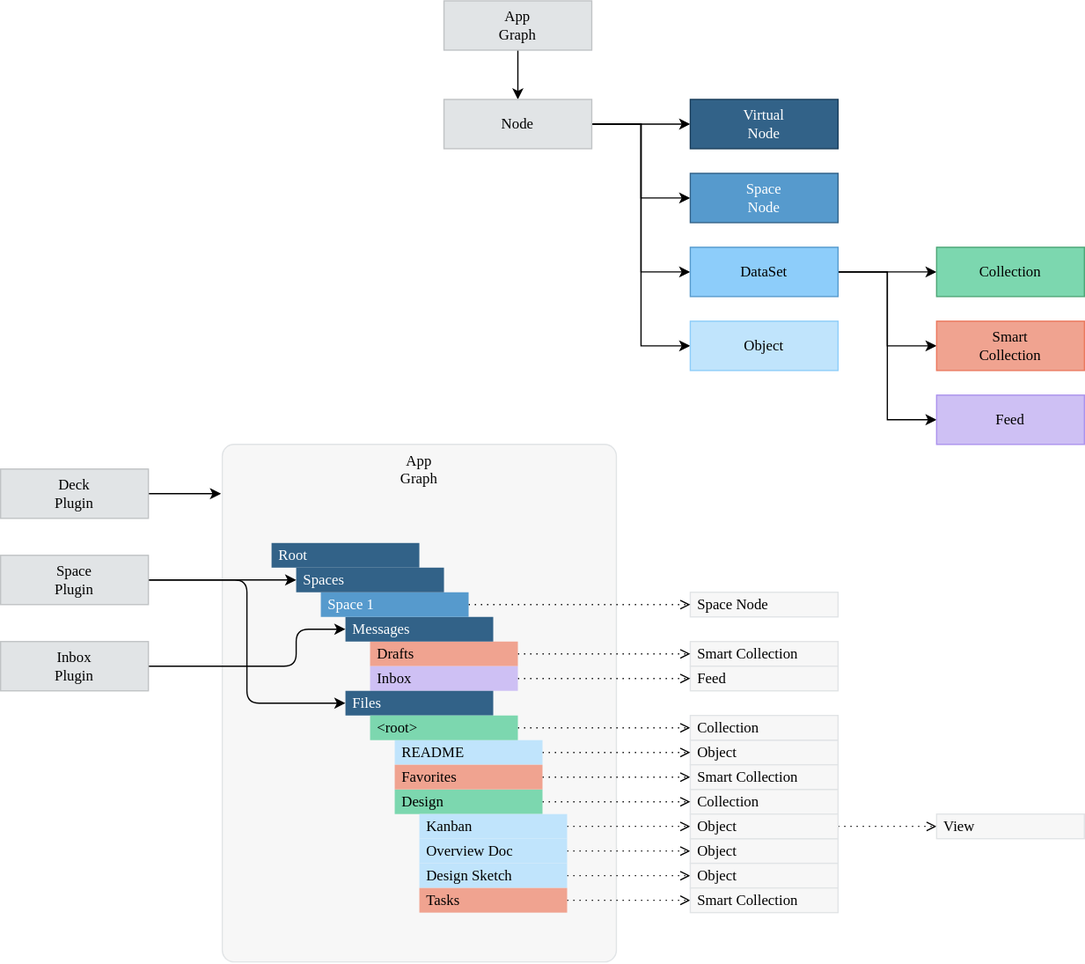
This is packages/sdk/app-framework/docs/app-graph.drawio.svg from dxos/dxos, a draw.io export, as it was before one commit. Source tidied: cells renumbered, new cells last; positions are measured from the earlier drawing's top-left corner, leaving out a move shared by most shapes.
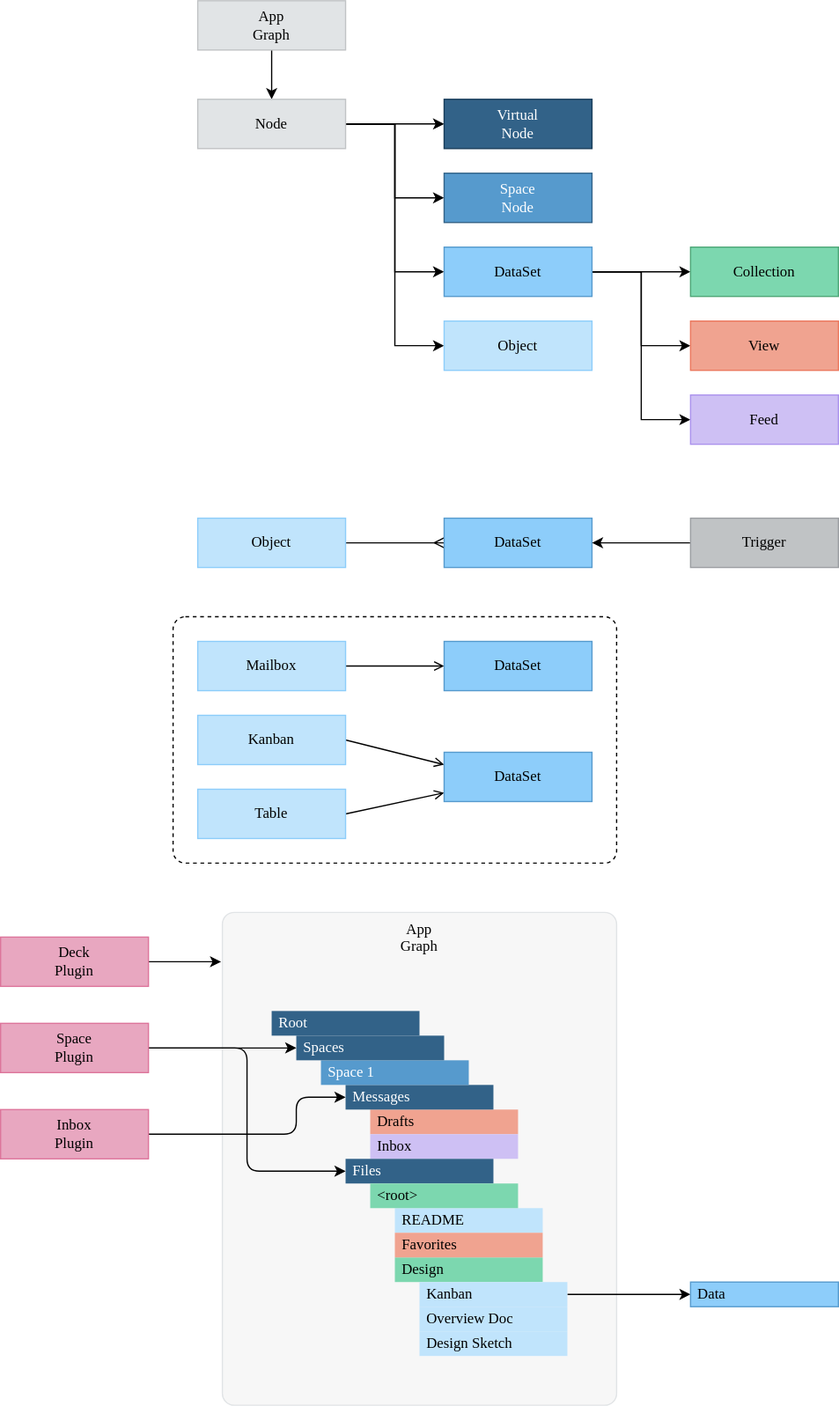
The same diagram one commit later.

The edit, as a diff of the source:
```diff
@@ -5,3 +5,3 @@
     <mxCell id="2" value="App&lt;br&gt;Graph" style="rounded=1;whiteSpace=wrap;html=1;fillColor=#F7F7F7;fontColor=#000000;strokeColor=#E1E4E6;fontFamily=Space Grotesk;arcSize=3;verticalAlign=top;" parent="1" vertex="1">
-      <mxGeometry x="180" y="360" width="320" height="420" as="geometry" />
+      <mxGeometry x="180" y="360" width="320" height="400" as="geometry" />
     </mxCell>
@@ -11,3 +11,3 @@
     <mxCell id="4" value="App&lt;br&gt;Graph" style="rounded=0;whiteSpace=wrap;html=1;fillColor=#E1E4E6;fontColor=#000000;strokeColor=#C0C3C5;fontFamily=Space Grotesk;" parent="1" vertex="1">
-      <mxGeometry x="360" width="120" height="40" as="geometry" />
+      <mxGeometry x="160" y="-380" width="120" height="40" as="geometry" />
     </mxCell>
@@ -19,4 +19,4 @@
         <Array as="points">
-          <mxPoint x="520" y="100" />
-          <mxPoint x="520" y="220" />
+          <mxPoint x="320" y="-280" />
+          <mxPoint x="320" y="-160" />
         </Array>
@@ -27,4 +27,4 @@
         <Array as="points">
-          <mxPoint x="520" y="100" />
-          <mxPoint x="520" y="160" />
+          <mxPoint x="320" y="-280" />
+          <mxPoint x="320" y="-220" />
         </Array>
@@ -35,4 +35,4 @@
         <Array as="points">
-          <mxPoint x="520" y="100" />
-          <mxPoint x="520" y="280" />
+          <mxPoint x="320" y="-280" />
+          <mxPoint x="320" y="-100" />
         </Array>
@@ -41,6 +41,6 @@
     <mxCell id="9" value="Node" style="rounded=0;whiteSpace=wrap;html=1;fillColor=#E1E4E6;fontColor=#000000;strokeColor=#C0C3C5;fontFamily=Space Grotesk;" parent="1" vertex="1">
-      <mxGeometry x="360" y="80" width="120" height="40" as="geometry" />
+      <mxGeometry x="160" y="-300" width="120" height="40" as="geometry" />
     </mxCell>
     <mxCell id="10" value="Virtual&lt;br&gt;Node" style="rounded=0;whiteSpace=wrap;html=1;fillColor=#326288;fontColor=#FFFFFF;strokeColor=#193D5A;fontFamily=Space Grotesk;" parent="1" vertex="1">
-      <mxGeometry x="560" y="80" width="120" height="40" as="geometry" />
+      <mxGeometry x="360" y="-300" width="120" height="40" as="geometry" />
     </mxCell>
@@ -52,4 +52,4 @@
         <Array as="points">
-          <mxPoint x="720" y="220" />
-          <mxPoint x="720" y="340" />
+          <mxPoint x="520" y="-160" />
+          <mxPoint x="520" y="-40" />
         </Array>
@@ -60,4 +60,4 @@
         <Array as="points">
-          <mxPoint x="720" y="220" />
-          <mxPoint x="720" y="280" />
+          <mxPoint x="520" y="-160" />
+          <mxPoint x="520" y="-100" />
         </Array>
@@ -66,22 +66,19 @@
     <mxCell id="14" value="DataSet" style="rounded=0;whiteSpace=wrap;html=1;fillColor=#8DCDFA;fontColor=#000000;strokeColor=#569ACD;fontFamily=Space Grotesk;" parent="1" vertex="1">
-      <mxGeometry x="560" y="200" width="120" height="40" as="geometry" />
+      <mxGeometry x="360" y="-180" width="120" height="40" as="geometry" />
     </mxCell>
     <mxCell id="15" value="Collection" style="rounded=0;whiteSpace=wrap;html=1;fillColor=#7CD7AF;fontColor=#000000;strokeColor=#4DA677;fontFamily=Space Grotesk;" parent="1" vertex="1">
-      <mxGeometry x="760" y="200" width="120" height="40" as="geometry" />
+      <mxGeometry x="560" y="-180" width="120" height="40" as="geometry" />
     </mxCell>
-    <mxCell id="16" value="Smart&lt;br style=&quot;border-color: rgb(218, 220, 224);&quot;&gt;Collection" style="rounded=0;whiteSpace=wrap;html=1;fillColor=#F0A390;fontColor=#000000;strokeColor=#EB785E;fontFamily=Space Grotesk;" parent="1" vertex="1">
-      <mxGeometry x="760" y="260" width="120" height="40" as="geometry" />
+    <mxCell id="16" value="View" style="rounded=0;whiteSpace=wrap;html=1;fillColor=#F0A390;fontColor=#000000;strokeColor=#EB785E;fontFamily=Space Grotesk;" parent="1" vertex="1">
+      <mxGeometry x="560" y="-120" width="120" height="40" as="geometry" />
     </mxCell>
     <mxCell id="17" value="Space&lt;br&gt;Node" style="rounded=0;whiteSpace=wrap;html=1;fillColor=#569ACD;fontColor=#FFFFFF;strokeColor=#326288;fontFamily=Space Grotesk;" parent="1" vertex="1">
-      <mxGeometry x="560" y="140" width="120" height="40" as="geometry" />
+      <mxGeometry x="360" y="-240" width="120" height="40" as="geometry" />
     </mxCell>
     <mxCell id="18" value="Feed" style="rounded=0;whiteSpace=wrap;html=1;fillColor=#CEC0F4;fontColor=#000000;strokeColor=#AB92ED;fontFamily=Space Grotesk;" parent="1" vertex="1">
-      <mxGeometry x="760" y="320" width="120" height="40" as="geometry" />
+      <mxGeometry x="560" y="-60" width="120" height="40" as="geometry" />
     </mxCell>
     <mxCell id="19" value="Object" style="rounded=0;whiteSpace=wrap;html=1;fillColor=#C0E4FC;fontColor=#000000;strokeColor=#8DCDFA;fontFamily=Space Grotesk;" parent="1" vertex="1">
-      <mxGeometry x="560" y="260" width="120" height="40" as="geometry" />
+      <mxGeometry x="360" y="-120" width="120" height="40" as="geometry" />
     </mxCell>
-    <mxCell id="20" style="edgeStyle=none;html=1;exitX=1;exitY=0.5;exitDx=0;exitDy=0;endArrow=open;endFill=0;dashed=1;dashPattern=1 4;fontFamily=Space Grotesk;strokeWidth=1;" parent="1" edge="1" source="21" target="29">
-      <mxGeometry relative="1" as="geometry" />
-    </mxCell>
     <mxCell id="21" value="Overview Doc" style="rounded=0;whiteSpace=wrap;html=1;fontSize=12;fillColor=#C0E4FC;fontColor=#000000;strokeColor=none;align=left;spacingLeft=4;fontFamily=Space Grotesk;" parent="1" vertex="1">
@@ -89,5 +86,2 @@
     </mxCell>
-    <mxCell id="22" style="edgeStyle=none;html=1;endArrow=open;endFill=0;dashed=1;dashPattern=1 4;fontFamily=Space Grotesk;strokeWidth=1;" parent="1" edge="1" source="23" target="30">
-      <mxGeometry relative="1" as="geometry" />
-    </mxCell>
     <mxCell id="23" value="Design Sketch" style="rounded=0;whiteSpace=wrap;html=1;fontSize=12;fillColor=#C0E4FC;fontColor=#000000;strokeColor=none;align=left;spacingLeft=4;fontFamily=Space Grotesk;" parent="1" vertex="1">
@@ -95,26 +89,2 @@
     </mxCell>
-    <mxCell id="24" value="Space Node" style="rounded=0;whiteSpace=wrap;html=1;fontSize=12;fillColor=#F7F7F7;fontColor=#000000;strokeColor=#E1E4E6;align=left;spacingLeft=4;fontFamily=Space Grotesk;" parent="1" vertex="1">
-      <mxGeometry x="560" y="480" width="120" height="20" as="geometry" />
-    </mxCell>
-    <mxCell id="25" value="Smart Collection" style="rounded=0;whiteSpace=wrap;html=1;fontSize=12;fillColor=#F7F7F7;fontColor=#000000;strokeColor=#E1E4E6;align=left;spacingLeft=4;fontFamily=Space Grotesk;" parent="1" vertex="1">
-      <mxGeometry x="560" y="520" width="120" height="20" as="geometry" />
-    </mxCell>
-    <mxCell id="26" value="Feed" style="rounded=0;whiteSpace=wrap;html=1;fontSize=12;fillColor=#F7F7F7;fontColor=#000000;strokeColor=#E1E4E6;align=left;spacingLeft=4;fontFamily=Space Grotesk;" parent="1" vertex="1">
-      <mxGeometry x="560" y="540" width="120" height="20" as="geometry" />
-    </mxCell>
-    <mxCell id="27" value="Object" style="rounded=0;whiteSpace=wrap;html=1;fontSize=12;fillColor=#F7F7F7;fontColor=#000000;strokeColor=#E1E4E6;align=left;spacingLeft=4;fontFamily=Space Grotesk;" parent="1" vertex="1">
-      <mxGeometry x="560" y="600" width="120" height="20" as="geometry" />
-    </mxCell>
-    <mxCell id="28" value="Collection" style="rounded=0;whiteSpace=wrap;html=1;fontSize=12;fillColor=#F7F7F7;fontColor=#000000;strokeColor=#E1E4E6;align=left;spacingLeft=4;fontFamily=Space Grotesk;" parent="1" vertex="1">
-      <mxGeometry x="560" y="640" width="120" height="20" as="geometry" />
-    </mxCell>
-    <mxCell id="29" value="Object" style="rounded=0;whiteSpace=wrap;html=1;fontSize=12;fillColor=#F7F7F7;fontColor=#000000;strokeColor=#E1E4E6;align=left;spacingLeft=4;fontFamily=Space Grotesk;" parent="1" vertex="1">
-      <mxGeometry x="560" y="680" width="120" height="20" as="geometry" />
-    </mxCell>
-    <mxCell id="30" value="Object" style="rounded=0;whiteSpace=wrap;html=1;fontSize=12;fillColor=#F7F7F7;fontColor=#000000;strokeColor=#E1E4E6;align=left;spacingLeft=4;fontFamily=Space Grotesk;" parent="1" vertex="1">
-      <mxGeometry x="560" y="700" width="120" height="20" as="geometry" />
-    </mxCell>
-    <mxCell id="31" style="edgeStyle=none;html=1;exitX=1;exitY=0.5;exitDx=0;exitDy=0;endArrow=open;endFill=0;dashed=1;dashPattern=1 4;fontFamily=Space Grotesk;strokeWidth=1;" parent="1" edge="1" source="32" target="25">
-      <mxGeometry relative="1" as="geometry" />
-    </mxCell>
     <mxCell id="32" value="Drafts" style="rounded=0;whiteSpace=wrap;html=1;fontSize=12;fillColor=#F0A390;fontColor=#000000;strokeColor=none;align=left;spacingLeft=4;fontFamily=Space Grotesk;" parent="1" vertex="1">
@@ -122,5 +92,2 @@
     </mxCell>
-    <mxCell id="33" style="edgeStyle=none;html=1;endArrow=open;endFill=0;dashed=1;dashPattern=1 4;fontFamily=Space Grotesk;strokeWidth=1;" parent="1" edge="1" source="34" target="26">
-      <mxGeometry relative="1" as="geometry" />
-    </mxCell>
     <mxCell id="34" value="Inbox" style="rounded=0;whiteSpace=wrap;html=1;fontSize=12;fillColor=#CEC0F4;fontColor=#000000;strokeColor=none;align=left;spacingLeft=4;fontFamily=Space Grotesk;" parent="1" vertex="1">
@@ -128,5 +95,2 @@
     </mxCell>
-    <mxCell id="35" style="edgeStyle=none;html=1;exitX=1;exitY=0.5;exitDx=0;exitDy=0;endArrow=open;endFill=0;dashed=1;dashPattern=1 4;fontFamily=Space Grotesk;strokeWidth=1;" parent="1" edge="1" source="36" target="27">
-      <mxGeometry relative="1" as="geometry" />
-    </mxCell>
     <mxCell id="36" value="README" style="rounded=0;whiteSpace=wrap;html=1;fontSize=12;fillColor=#C0E4FC;fontColor=#000000;strokeColor=none;align=left;spacingLeft=4;fontFamily=Space Grotesk;" parent="1" vertex="1">
@@ -134,10 +98,2 @@
     </mxCell>
-    <mxCell id="37" style="edgeStyle=none;html=1;exitX=1;exitY=0.5;exitDx=0;exitDy=0;endArrow=open;endFill=0;dashed=1;dashPattern=1 4;fontFamily=Space Grotesk;strokeWidth=1;" parent="1" edge="1" target="56">
-      <mxGeometry relative="1" as="geometry">
-        <mxPoint x="440" y="670" as="sourcePoint" />
-      </mxGeometry>
-    </mxCell>
-    <mxCell id="38" style="edgeStyle=none;html=1;exitX=1;exitY=0.5;exitDx=0;exitDy=0;dashed=1;dashPattern=1 4;fontFamily=Space Grotesk;endArrow=open;endFill=0;strokeWidth=1;" parent="1" edge="1" source="39" target="28">
-      <mxGeometry relative="1" as="geometry" />
-    </mxCell>
     <mxCell id="39" value="Design" style="rounded=0;whiteSpace=wrap;html=1;fontSize=12;fillColor=#7CD7AF;fontColor=#000000;strokeColor=none;align=left;spacingLeft=4;fontFamily=Space Grotesk;" parent="1" vertex="1">
@@ -151,5 +107,2 @@
     </mxCell>
-    <mxCell id="42" style="edgeStyle=none;html=1;exitX=1;exitY=0.5;exitDx=0;exitDy=0;entryX=0;entryY=0.5;entryDx=0;entryDy=0;endArrow=open;endFill=0;dashed=1;dashPattern=1 4;fontFamily=Space Grotesk;strokeWidth=1;" parent="1" edge="1" source="43" target="24">
-      <mxGeometry relative="1" as="geometry" />
-    </mxCell>
     <mxCell id="43" value="Space 1" style="rounded=0;whiteSpace=wrap;html=1;fontSize=12;fillColor=#569ACD;fontColor=#FFFFFF;strokeColor=none;align=left;spacingLeft=4;fontFamily=Space Grotesk;" parent="1" vertex="1">
@@ -160,5 +113,2 @@
     </mxCell>
-    <mxCell id="45" style="edgeStyle=none;html=1;exitX=1;exitY=0.5;exitDx=0;exitDy=0;dashed=1;dashPattern=1 4;endArrow=open;endFill=0;fontFamily=Space Grotesk;strokeWidth=1;" parent="1" edge="1" source="46" target="47">
-      <mxGeometry relative="1" as="geometry" />
-    </mxCell>
     <mxCell id="46" value="Favorites" style="rounded=0;whiteSpace=wrap;html=1;fontSize=12;fillColor=#F0A390;fontColor=#000000;strokeColor=none;align=left;spacingLeft=4;fontFamily=Space Grotesk;" parent="1" vertex="1">
@@ -166,17 +116,2 @@
     </mxCell>
-    <mxCell id="47" value="Smart Collection" style="rounded=0;whiteSpace=wrap;html=1;fontSize=12;fillColor=#F7F7F7;fontColor=#000000;strokeColor=#E1E4E6;align=left;spacingLeft=4;fontFamily=Space Grotesk;" parent="1" vertex="1">
-      <mxGeometry x="560" y="620" width="120" height="20" as="geometry" />
-    </mxCell>
-    <mxCell id="48" style="edgeStyle=none;html=1;exitX=1;exitY=0.5;exitDx=0;exitDy=0;dashed=1;dashPattern=1 4;endArrow=open;endFill=0;fontFamily=Space Grotesk;strokeWidth=1;" parent="1" edge="1" source="49" target="50">
-      <mxGeometry relative="1" as="geometry" />
-    </mxCell>
-    <mxCell id="49" value="Tasks" style="rounded=0;whiteSpace=wrap;html=1;fontSize=12;fillColor=#F0A390;fontColor=#000000;strokeColor=none;align=left;spacingLeft=4;fontFamily=Space Grotesk;" parent="1" vertex="1">
-      <mxGeometry x="340" y="720" width="120" height="20" as="geometry" />
-    </mxCell>
-    <mxCell id="50" value="Smart Collection" style="rounded=0;whiteSpace=wrap;html=1;fontSize=12;fillColor=#F7F7F7;fontColor=#000000;strokeColor=#E1E4E6;align=left;spacingLeft=4;fontFamily=Space Grotesk;" parent="1" vertex="1">
-      <mxGeometry x="560" y="720" width="120" height="20" as="geometry" />
-    </mxCell>
-    <mxCell id="51" style="edgeStyle=none;html=1;exitX=1;exitY=0.5;exitDx=0;exitDy=0;dashed=1;dashPattern=1 4;endArrow=open;endFill=0;fontFamily=Space Grotesk;strokeWidth=1;" parent="1" edge="1" source="52" target="53">
-      <mxGeometry relative="1" as="geometry" />
-    </mxCell>
     <mxCell id="52" value="&amp;lt;root&amp;gt;" style="rounded=0;whiteSpace=wrap;html=1;fontSize=12;fillColor=#7CD7AF;fontColor=#000000;strokeColor=none;align=left;spacingLeft=4;fontFamily=Space Grotesk;" parent="1" vertex="1">
@@ -184,5 +119,5 @@
     </mxCell>
-    <mxCell id="53" value="Collection" style="rounded=0;whiteSpace=wrap;html=1;fontSize=12;fillColor=#F7F7F7;fontColor=#000000;strokeColor=#E1E4E6;align=left;spacingLeft=4;fontFamily=Space Grotesk;" parent="1" vertex="1">
-      <mxGeometry x="560" y="580" width="120" height="20" as="geometry" />
-    </mxCell>
+    <mxCell id="66" style="edgeStyle=none;html=1;exitX=1;exitY=0.5;exitDx=0;exitDy=0;" parent="1" edge="1" source="54" target="67">
+      <mxGeometry relative="1" as="geometry" />
+    </mxCell>
     <mxCell id="54" value="Kanban" style="rounded=0;whiteSpace=wrap;html=1;fontSize=12;fillColor=#C0E4FC;fontColor=#000000;strokeColor=none;align=left;spacingLeft=4;fontFamily=Space Grotesk;" parent="1" vertex="1">
@@ -190,11 +125,2 @@
     </mxCell>
-    <mxCell id="55" style="edgeStyle=none;html=1;exitX=1;exitY=0.5;exitDx=0;exitDy=0;dashed=1;dashPattern=1 4;fontFamily=Space Grotesk;endArrow=open;endFill=0;" parent="1" edge="1" source="56" target="57">
-      <mxGeometry relative="1" as="geometry" />
-    </mxCell>
-    <mxCell id="56" value="Object" style="rounded=0;whiteSpace=wrap;html=1;fontSize=12;fillColor=#F7F7F7;fontColor=#000000;strokeColor=#E1E4E6;align=left;spacingLeft=4;fontFamily=Space Grotesk;" parent="1" vertex="1">
-      <mxGeometry x="560" y="660" width="120" height="20" as="geometry" />
-    </mxCell>
-    <mxCell id="57" value="View" style="rounded=0;whiteSpace=wrap;html=1;fontSize=12;fillColor=#F7F7F7;fontColor=#000000;strokeColor=#E1E4E6;align=left;spacingLeft=4;fontFamily=Space Grotesk;" parent="1" vertex="1">
-      <mxGeometry x="760" y="660" width="120" height="20" as="geometry" />
-    </mxCell>
     <mxCell id="58" style="edgeStyle=none;html=1;exitX=1;exitY=0.5;exitDx=0;exitDy=0;entryX=0;entryY=0.5;entryDx=0;entryDy=0;" parent="1" edge="1" source="60" target="44">
@@ -210,3 +136,3 @@
     </mxCell>
-    <mxCell id="60" value="Space&lt;br&gt;Plugin" style="rounded=0;whiteSpace=wrap;html=1;fillColor=#E1E4E6;fontColor=#000000;strokeColor=#C0C3C5;fontFamily=Space Grotesk;" parent="1" vertex="1">
+    <mxCell id="60" value="Space&lt;br&gt;Plugin" style="rounded=0;whiteSpace=wrap;html=1;fillColor=#E8A7C0;fontColor=#000000;strokeColor=#DD759B;fontFamily=Space Grotesk;" parent="1" vertex="1">
       <mxGeometry y="450" width="120" height="40" as="geometry" />
@@ -221,3 +147,3 @@
     </mxCell>
-    <mxCell id="62" value="Inbox&lt;br&gt;Plugin" style="rounded=0;whiteSpace=wrap;html=1;fillColor=#E1E4E6;fontColor=#000000;strokeColor=#C0C3C5;fontFamily=Space Grotesk;" parent="1" vertex="1">
+    <mxCell id="62" value="Inbox&lt;br&gt;Plugin" style="rounded=0;whiteSpace=wrap;html=1;fillColor=#E8A7C0;fontColor=#000000;strokeColor=#DD759B;fontFamily=Space Grotesk;" parent="1" vertex="1">
       <mxGeometry y="520" width="120" height="40" as="geometry" />
@@ -232,5 +158,50 @@
     </mxCell>
-    <mxCell id="65" value="Deck&lt;br&gt;Plugin" style="rounded=0;whiteSpace=wrap;html=1;fillColor=#E1E4E6;fontColor=#000000;strokeColor=#C0C3C5;fontFamily=Space Grotesk;" parent="1" vertex="1">
+    <mxCell id="65" value="Deck&lt;br&gt;Plugin" style="rounded=0;whiteSpace=wrap;html=1;fillColor=#E8A7C0;fontColor=#000000;strokeColor=#DD759B;fontFamily=Space Grotesk;" parent="1" vertex="1">
       <mxGeometry y="380" width="120" height="40" as="geometry" />
     </mxCell>
+    <mxCell id="67" value="Data" style="rounded=0;whiteSpace=wrap;html=1;fontSize=12;fillColor=#8DCDFA;fontColor=#000000;strokeColor=#569ACD;align=left;spacingLeft=4;fontFamily=Space Grotesk;" parent="1" vertex="1">
+      <mxGeometry x="560" y="660" width="120" height="20" as="geometry" />
+    </mxCell>
+    <mxCell id="68" style="edgeStyle=none;html=1;exitX=1;exitY=0.5;exitDx=0;exitDy=0;endArrow=ERmany;endFill=0;" parent="1" edge="1" source="69" target="70">
+      <mxGeometry relative="1" as="geometry" />
+    </mxCell>
+    <mxCell id="69" value="Object" style="rounded=0;whiteSpace=wrap;html=1;fillColor=#C0E4FC;fontColor=#000000;strokeColor=#8DCDFA;fontFamily=Space Grotesk;" parent="1" vertex="1">
+      <mxGeometry x="160" y="40" width="120" height="40" as="geometry" />
+    </mxCell>
+    <mxCell id="70" value="DataSet" style="rounded=0;whiteSpace=wrap;html=1;fillColor=#8DCDFA;fontColor=#000000;strokeColor=#569ACD;fontFamily=Space Grotesk;" parent="1" vertex="1">
+      <mxGeometry x="360" y="40" width="120" height="40" as="geometry" />
+    </mxCell>
+    <mxCell id="71" style="edgeStyle=none;html=1;exitX=0;exitY=0.5;exitDx=0;exitDy=0;" parent="1" edge="1" source="72" target="70">
+      <mxGeometry relative="1" as="geometry" />
+    </mxCell>
+    <mxCell id="72" value="Trigger" style="rounded=0;whiteSpace=wrap;html=1;fillColor=#C0C3C5;fontColor=#000000;strokeColor=#9B9EA2;fontFamily=Space Grotesk;" parent="1" vertex="1">
+      <mxGeometry x="560" y="40" width="120" height="40" as="geometry" />
+    </mxCell>
+    <mxCell id="73" style="edgeStyle=none;html=1;exitX=1;exitY=0.5;exitDx=0;exitDy=0;startArrow=none;startFill=0;endArrow=open;endFill=0;" parent="1" edge="1" source="74" target="80">
+      <mxGeometry relative="1" as="geometry" />
+    </mxCell>
+    <mxCell id="74" value="Mailbox" style="rounded=0;whiteSpace=wrap;html=1;fillColor=#C0E4FC;fontColor=#000000;strokeColor=#8DCDFA;fontFamily=Space Grotesk;" parent="1" vertex="1">
+      <mxGeometry x="160" y="140" width="120" height="40" as="geometry" />
+    </mxCell>
+    <mxCell id="75" style="edgeStyle=none;html=1;exitX=1;exitY=0.5;exitDx=0;exitDy=0;startArrow=none;startFill=0;endArrow=open;endFill=0;entryX=0;entryY=0.25;entryDx=0;entryDy=0;" parent="1" edge="1" source="76" target="79">
+      <mxGeometry relative="1" as="geometry" />
+    </mxCell>
+    <mxCell id="76" value="Kanban" style="rounded=0;whiteSpace=wrap;html=1;fillColor=#C0E4FC;fontColor=#000000;strokeColor=#8DCDFA;fontFamily=Space Grotesk;" parent="1" vertex="1">
+      <mxGeometry x="160" y="200" width="120" height="40" as="geometry" />
+    </mxCell>
+    <mxCell id="77" style="edgeStyle=none;html=1;exitX=1;exitY=0.5;exitDx=0;exitDy=0;startArrow=none;startFill=0;endArrow=open;endFill=0;" parent="1" edge="1" source="78" target="79">
+      <mxGeometry relative="1" as="geometry" />
+    </mxCell>
+    <mxCell id="78" value="Table" style="rounded=0;whiteSpace=wrap;html=1;fillColor=#C0E4FC;fontColor=#000000;strokeColor=#8DCDFA;fontFamily=Space Grotesk;" parent="1" vertex="1">
+      <mxGeometry x="160" y="260" width="120" height="40" as="geometry" />
+    </mxCell>
+    <mxCell id="79" value="DataSet" style="rounded=0;whiteSpace=wrap;html=1;fillColor=#8DCDFA;fontColor=#000000;strokeColor=#569ACD;fontFamily=Space Grotesk;" parent="1" vertex="1">
+      <mxGeometry x="360" y="230" width="120" height="40" as="geometry" />
+    </mxCell>
+    <mxCell id="80" value="DataSet" style="rounded=0;whiteSpace=wrap;html=1;fillColor=#8DCDFA;fontColor=#000000;strokeColor=#569ACD;fontFamily=Space Grotesk;" parent="1" vertex="1">
+      <mxGeometry x="360" y="140" width="120" height="40" as="geometry" />
+    </mxCell>
+    <mxCell id="81" style="rounded=1;whiteSpace=wrap;html=1;dashed=1;fillColor=none;arcSize=5;" parent="1" vertex="1">
+      <mxGeometry x="140" y="120" width="360" height="200" as="geometry" />
+    </mxCell>
   </root>
```
